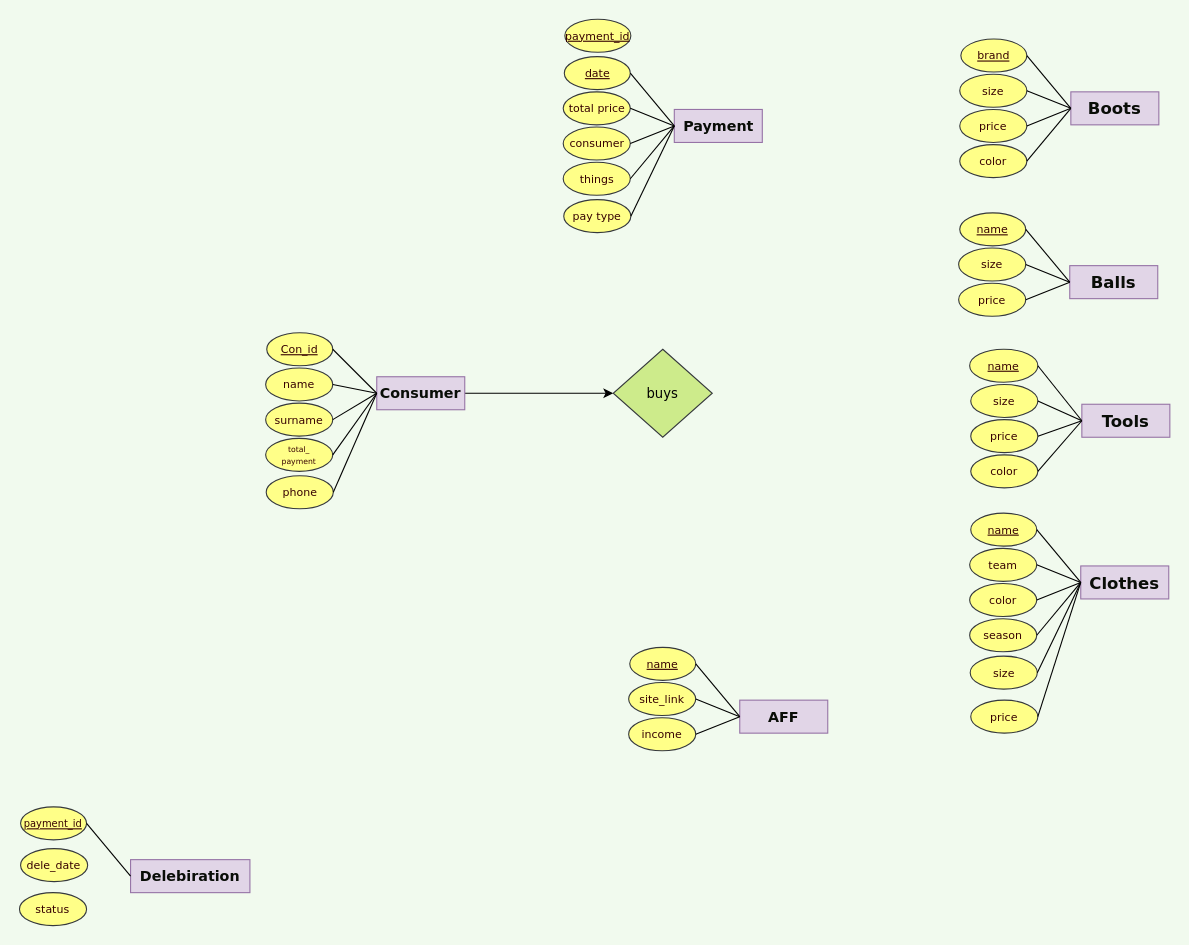
zhansserik/DBMS-2_project keeps this draw.io diagram as ERD_Midterm.drawio. Above is the earlier version. Source tidied: cells renumbered, new cells numbered last; positions are measured from the earlier drawing's top-left corner, leaving out a move shared by most shapes. Both pictures are drawn from the tidied source at 110%, with x=0, y=0 at pixel (19, 19).
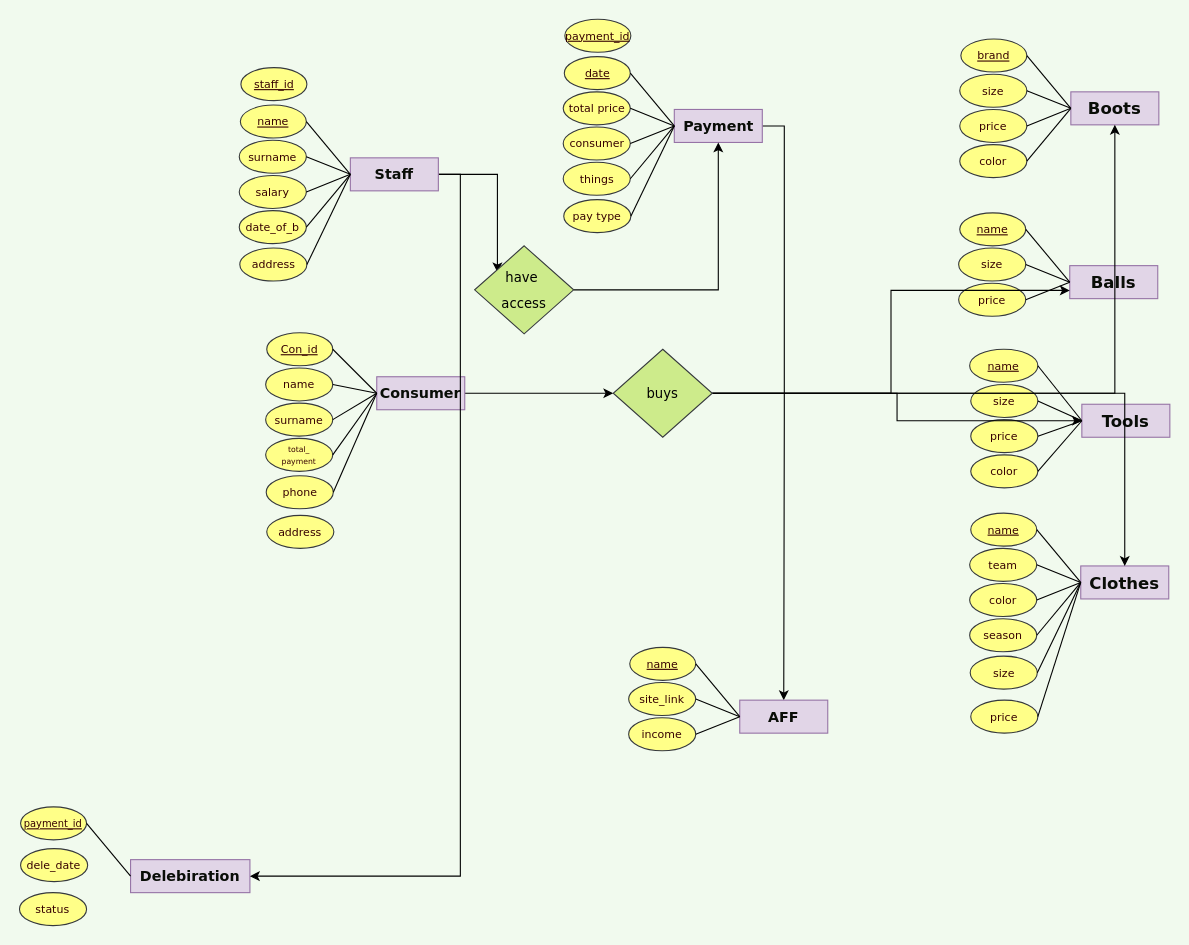
The same diagram, later.

Unchanged cells that the change refers to:
```xml
<mxCell id="2" value="&lt;font color=&quot;#090d07&quot; style=&quot;font-size: 15px;&quot;&gt;Tools&lt;/font&gt;" style="rounded=0;whiteSpace=wrap;html=1;shadow=0;labelBackgroundColor=none;labelBorderColor=none;sketch=0;fillStyle=auto;strokeColor=#9673a6;strokeWidth=1;fontFamily=Verdana;fontSize=13;fillColor=#e1d5e7;fontStyle=1;" parent="1" vertex="1">
  <mxGeometry x="966" y="350" width="80" height="30" as="geometry" />
</mxCell>
<mxCell id="11" value="&lt;font color=&quot;#090d07&quot; style=&quot;font-size: 15px;&quot;&gt;Clothes&lt;/font&gt;" style="rounded=0;whiteSpace=wrap;html=1;shadow=0;labelBackgroundColor=none;labelBorderColor=none;sketch=0;fillStyle=auto;strokeColor=#9673a6;strokeWidth=1;fontFamily=Verdana;fontSize=13;fillColor=#e1d5e7;fontStyle=1;" parent="1" vertex="1">
  <mxGeometry x="965" y="497" width="80" height="30" as="geometry" />
</mxCell>
<mxCell id="24" value="&lt;font color=&quot;#090d07&quot; style=&quot;font-size: 15px;&quot;&gt;Balls&lt;/font&gt;" style="rounded=0;whiteSpace=wrap;html=1;shadow=0;labelBackgroundColor=none;labelBorderColor=none;sketch=0;fillStyle=auto;strokeColor=#9673a6;strokeWidth=1;fontFamily=Verdana;fontSize=13;fillColor=#e1d5e7;fontStyle=1;" parent="1" vertex="1">
  <mxGeometry x="955" y="224" width="80" height="30" as="geometry" />
</mxCell>
<mxCell id="31" value="&lt;font color=&quot;#090d07&quot; style=&quot;font-size: 15px;&quot;&gt;Boots&lt;/font&gt;" style="rounded=0;whiteSpace=wrap;html=1;shadow=0;labelBackgroundColor=none;labelBorderColor=none;sketch=0;fillStyle=auto;strokeColor=#9673a6;strokeWidth=1;fontFamily=Verdana;fontSize=13;fillColor=#e1d5e7;fontStyle=1;" parent="1" vertex="1">
  <mxGeometry x="956" y="66" width="80" height="30" as="geometry" />
</mxCell>
<mxCell id="52" value="&lt;font color=&quot;#090d07&quot; style=&quot;font-size: 13px;&quot;&gt;Payment&lt;/font&gt;" style="rounded=0;whiteSpace=wrap;html=1;shadow=0;labelBackgroundColor=none;labelBorderColor=none;sketch=0;fillStyle=auto;strokeColor=#9673a6;strokeWidth=1;fontFamily=Verdana;fontSize=13;fillColor=#e1d5e7;fontStyle=1;" parent="1" vertex="1">
  <mxGeometry x="595.5" y="82" width="80" height="30" as="geometry" />
</mxCell>
<mxCell id="63" value="&lt;font color=&quot;#090d07&quot;&gt;AFF&lt;/font&gt;" style="rounded=0;whiteSpace=wrap;html=1;shadow=0;labelBackgroundColor=none;labelBorderColor=none;sketch=0;fillStyle=auto;strokeColor=#9673a6;strokeWidth=1;fontFamily=Verdana;fontSize=13;fillColor=#e1d5e7;fontStyle=1;" parent="1" vertex="1">
  <mxGeometry x="655" y="619" width="80" height="30" as="geometry" />
</mxCell>
<mxCell id="70" value="&lt;font color=&quot;#090d07&quot;&gt;Delebiration&lt;/font&gt;" style="rounded=0;whiteSpace=wrap;html=1;shadow=0;labelBackgroundColor=none;labelBorderColor=none;sketch=0;fillStyle=auto;strokeColor=#9673a6;strokeWidth=1;fontFamily=Verdana;fontSize=13;fillColor=#e1d5e7;fontStyle=1;" parent="1" vertex="1">
  <mxGeometry x="101.2" y="764" width="108.5" height="30" as="geometry" />
</mxCell>
<mxCell id="76" value="&lt;font style=&quot;font-size: 12px;&quot;&gt;buys&lt;/font&gt;" style="strokeWidth=1;html=1;shape=mxgraph.flowchart.decision;whiteSpace=wrap;rounded=0;shadow=0;labelBackgroundColor=none;labelBorderColor=none;sketch=0;fillStyle=auto;strokeColor=#36393d;fontFamily=Verdana;fontSize=20;fillColor=#cdeb8b;verticalAlign=middle;labelPosition=center;verticalLabelPosition=middle;align=center;spacingTop=-7;" parent="1" vertex="1">
  <mxGeometry x="540" y="300" width="90" height="80" as="geometry" />
</mxCell>
```

Diff of the diagram source:
```diff
@@
+    <mxCell id="77" style="edgeStyle=orthogonalEdgeStyle;rounded=0;jettySize=auto;html=1;exitX=1;exitY=0.5;exitDx=0;exitDy=0;entryX=0.5;entryY=0;entryDx=0;entryDy=0;" parent="1" edge="1" source="52" target="63">
+      <mxGeometry relative="1" as="geometry" />
+    </mxCell>
@@
+    <mxCell id="78" style="edgeStyle=orthogonalEdgeStyle;rounded=0;jettySize=auto;html=1;exitX=1;exitY=0.5;exitDx=0;exitDy=0;exitPerimeter=0;entryX=0.5;entryY=1;entryDx=0;entryDy=0;" parent="1" edge="1" source="76" target="31">
+      <mxGeometry relative="1" as="geometry" />
+    </mxCell>
+    <mxCell id="79" style="edgeStyle=orthogonalEdgeStyle;rounded=0;jettySize=auto;html=1;exitX=1;exitY=0.5;exitDx=0;exitDy=0;exitPerimeter=0;entryX=0;entryY=0.75;entryDx=0;entryDy=0;" parent="1" edge="1" source="76" target="24">
+      <mxGeometry relative="1" as="geometry" />
+    </mxCell>
+    <mxCell id="80" style="edgeStyle=orthogonalEdgeStyle;rounded=0;jettySize=auto;html=1;exitX=1;exitY=0.5;exitDx=0;exitDy=0;exitPerimeter=0;entryX=0;entryY=0.5;entryDx=0;entryDy=0;" parent="1" edge="1" source="76" target="2">
+      <mxGeometry relative="1" as="geometry" />
+    </mxCell>
+    <mxCell id="81" style="edgeStyle=orthogonalEdgeStyle;rounded=0;jettySize=auto;html=1;exitX=1;exitY=0.5;exitDx=0;exitDy=0;exitPerimeter=0;entryX=0.5;entryY=0;entryDx=0;entryDy=0;" parent="1" edge="1" source="76" target="11">
+      <mxGeometry relative="1" as="geometry" />
+    </mxCell>
@@
+    <mxCell id="82" style="edgeStyle=orthogonalEdgeStyle;rounded=0;jettySize=auto;html=1;exitX=1;exitY=0.5;exitDx=0;exitDy=0;entryX=0.23;entryY=0.301;entryDx=0;entryDy=0;entryPerimeter=0;" parent="1" edge="1" source="84" target="98">
+      <mxGeometry relative="1" as="geometry" />
+    </mxCell>
+    <mxCell id="83" style="edgeStyle=orthogonalEdgeStyle;rounded=0;jettySize=auto;html=1;exitX=1;exitY=0.5;exitDx=0;exitDy=0;entryX=1;entryY=0.5;entryDx=0;entryDy=0;" parent="1" edge="1" source="84" target="70">
+      <mxGeometry relative="1" as="geometry" />
+    </mxCell>
+    <mxCell id="84" value="&lt;font color=&quot;#090d07&quot; style=&quot;font-size: 13px;&quot;&gt;Staff&lt;br&gt;&lt;/font&gt;" style="rounded=0;whiteSpace=wrap;html=1;shadow=0;labelBackgroundColor=none;labelBorderColor=none;sketch=0;fillStyle=auto;strokeColor=#9673a6;strokeWidth=1;fontFamily=Verdana;fontSize=13;fillColor=#e1d5e7;fontStyle=1;" parent="1" vertex="1">
+      <mxGeometry x="301" y="126" width="80" height="30" as="geometry" />
+    </mxCell>
+    <mxCell id="85" value="&lt;font color=&quot;#360000&quot; style=&quot;font-size: 10px;&quot;&gt;&lt;u&gt;name&lt;/u&gt;&lt;/font&gt;" style="ellipse;whiteSpace=wrap;html=1;rounded=0;shadow=0;labelBackgroundColor=none;labelBorderColor=none;sketch=0;fillStyle=auto;strokeColor=#36393d;strokeWidth=1;fontFamily=Verdana;fontSize=10;fillColor=#ffff88;" parent="1" vertex="1">
+      <mxGeometry x="201" y="78" width="60" height="30" as="geometry" />
+    </mxCell>
+    <mxCell id="86" value="&lt;font color=&quot;#360000&quot; style=&quot;font-size: 10px;&quot;&gt;surname&lt;/font&gt;" style="ellipse;whiteSpace=wrap;html=1;rounded=0;shadow=0;labelBackgroundColor=none;labelBorderColor=none;sketch=0;fillStyle=auto;strokeColor=#36393d;strokeWidth=1;fontFamily=Verdana;fontSize=10;fillColor=#ffff88;" parent="1" vertex="1">
+      <mxGeometry x="200" y="110" width="61" height="30" as="geometry" />
+    </mxCell>
+    <mxCell id="87" value="&lt;p style=&quot;line-height: 90%;&quot;&gt;&lt;font color=&quot;#360000&quot;&gt;&lt;span style=&quot;&quot;&gt;date_of_b&lt;/span&gt;&lt;/font&gt;&lt;/p&gt;" style="ellipse;whiteSpace=wrap;html=1;rounded=0;shadow=0;labelBackgroundColor=none;labelBorderColor=none;sketch=0;fillStyle=auto;strokeColor=#36393d;strokeWidth=1;fontFamily=Verdana;fontSize=10;fillColor=#ffff88;" parent="1" vertex="1">
+      <mxGeometry x="200" y="174" width="61" height="30" as="geometry" />
+    </mxCell>
+    <mxCell id="88" value="&lt;font color=&quot;#360000&quot; style=&quot;font-size: 10px;&quot;&gt;salary&lt;/font&gt;" style="ellipse;whiteSpace=wrap;html=1;rounded=0;shadow=0;labelBackgroundColor=none;labelBorderColor=none;sketch=0;fillStyle=auto;strokeColor=#36393d;strokeWidth=1;fontFamily=Verdana;fontSize=10;fillColor=#ffff88;" parent="1" vertex="1">
+      <mxGeometry x="200" y="142" width="61" height="30" as="geometry" />
+    </mxCell>
+    <mxCell id="89" style="endArrow=none;html=1;rounded=0;fontFamily=Verdana;fontSize=10;fontColor=#090D07;entryX=1;entryY=0.5;entryDx=0;entryDy=0;exitX=0;exitY=0.5;exitDx=0;exitDy=0;" parent="1" edge="1" source="84" target="88">
+      <mxGeometry relative="1" as="geometry" />
+    </mxCell>
+    <mxCell id="90" style="endArrow=none;html=1;rounded=1;fontFamily=Helvetica;fontSize=11;fontColor=default;entryX=1;entryY=0.5;entryDx=0;entryDy=0;exitX=0;exitY=0.5;exitDx=0;exitDy=0;" parent="1" edge="1" source="84" target="87">
+      <mxGeometry relative="1" as="geometry" />
+    </mxCell>
+    <mxCell id="91" style="endArrow=none;html=1;rounded=0;fontFamily=Verdana;fontSize=10;fontColor=#090D07;entryX=1;entryY=0.5;entryDx=0;entryDy=0;exitX=0;exitY=0.5;exitDx=0;exitDy=0;" parent="1" edge="1" source="84" target="86">
+      <mxGeometry relative="1" as="geometry" />
+    </mxCell>
+    <mxCell id="92" style="endArrow=none;html=1;rounded=0;fontFamily=Verdana;fontSize=10;fontColor=#090D07;entryX=1;entryY=0.5;entryDx=0;entryDy=0;exitX=0;exitY=0.5;exitDx=0;exitDy=0;" parent="1" edge="1" source="84" target="85">
+      <mxGeometry relative="1" as="geometry" />
+    </mxCell>
+    <mxCell id="93" value="&lt;font color=&quot;#360000&quot; style=&quot;font-size: 10px;&quot;&gt;address&lt;/font&gt;" style="ellipse;whiteSpace=wrap;html=1;rounded=0;shadow=0;labelBackgroundColor=none;labelBorderColor=none;sketch=0;fillStyle=auto;strokeColor=#36393d;strokeWidth=1;fontFamily=Verdana;fontSize=10;fillColor=#ffff88;" parent="1" vertex="1">
+      <mxGeometry x="200.5" y="208" width="61" height="30" as="geometry" />
+    </mxCell>
+    <mxCell id="94" style="endArrow=none;html=1;rounded=0;entryX=0;entryY=0.5;entryDx=0;entryDy=0;exitX=1;exitY=0.5;exitDx=0;exitDy=0;" parent="1" edge="1" source="93" target="84">
+      <mxGeometry relative="1" as="geometry" />
+    </mxCell>
+    <mxCell id="95" value="&lt;font color=&quot;#360000&quot; style=&quot;font-size: 10px;&quot;&gt;&lt;u&gt;staff_id&lt;/u&gt;&lt;/font&gt;" style="ellipse;whiteSpace=wrap;html=1;rounded=0;shadow=0;labelBackgroundColor=none;labelBorderColor=none;sketch=0;fillStyle=auto;strokeColor=#36393d;strokeWidth=1;fontFamily=Verdana;fontSize=10;fillColor=#ffff88;" parent="1" vertex="1">
+      <mxGeometry x="201.5" y="44" width="60" height="30" as="geometry" />
+    </mxCell>
+    <mxCell id="96" value="&lt;font color=&quot;#360000&quot; style=&quot;font-size: 10px;&quot;&gt;address&lt;/font&gt;" style="ellipse;whiteSpace=wrap;html=1;rounded=0;shadow=0;labelBackgroundColor=none;labelBorderColor=none;sketch=0;fillStyle=auto;strokeColor=#36393d;strokeWidth=1;fontFamily=Verdana;fontSize=10;fillColor=#ffff88;" parent="1" vertex="1">
+      <mxGeometry x="225" y="451" width="61" height="30" as="geometry" />
+    </mxCell>
+    <mxCell id="97" style="edgeStyle=orthogonalEdgeStyle;rounded=0;jettySize=auto;html=1;exitX=1;exitY=0.5;exitDx=0;exitDy=0;exitPerimeter=0;entryX=0.5;entryY=1;entryDx=0;entryDy=0;" parent="1" edge="1" source="98" target="52">
+      <mxGeometry relative="1" as="geometry" />
+    </mxCell>
+    <mxCell id="98" value="&lt;font style=&quot;font-size: 12px;&quot;&gt;have&amp;nbsp;&lt;br&gt;access&lt;br&gt;&lt;/font&gt;" style="strokeWidth=1;html=1;shape=mxgraph.flowchart.decision;whiteSpace=wrap;rounded=0;shadow=0;labelBackgroundColor=none;labelBorderColor=none;sketch=0;fillStyle=auto;strokeColor=#36393d;fontFamily=Verdana;fontSize=20;fillColor=#cdeb8b;verticalAlign=middle;labelPosition=center;verticalLabelPosition=middle;align=center;spacingTop=-7;" parent="1" vertex="1">
+      <mxGeometry x="414" y="206" width="90" height="80" as="geometry" />
+    </mxCell>
```
